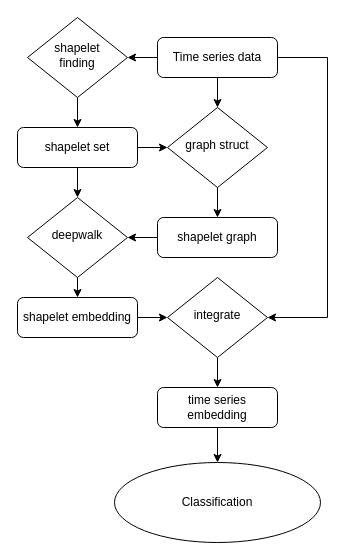
Earlier version of the draw.io diagram page "Page-1" (1 of 3) of flow.drawio (roleecorn/drawio). Source tidied: cells renumbered, new cells numbered last; positions are measured from the earlier drawing's top-left corner, leaving out a move shared by most shapes. Both pictures are drawn from the tidied source at 100%, with x=0, y=0 at pixel (17, 17).
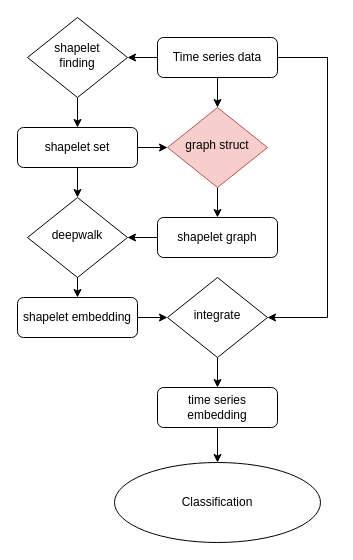
The same diagram, later.

Change to the diagram source:
```diff
@@
-    <mxCell id="12" value="graph struct" style="rhombus;whiteSpace=wrap;html=1;shadow=0;fontFamily=Helvetica;fontSize=12;align=center;strokeWidth=1;spacing=6;spacingTop=-4;" parent="1" vertex="1">
+    <mxCell id="12" value="graph struct" style="rhombus;whiteSpace=wrap;html=1;shadow=0;fontFamily=Helvetica;fontSize=12;align=center;strokeWidth=1;spacing=6;spacingTop=-4;fillColor=#f8cecc;strokeColor=#b85450;" parent="1" vertex="1">
       <mxGeometry x="150" y="90" width="100" height="80" as="geometry" />
     </mxCell>
```
